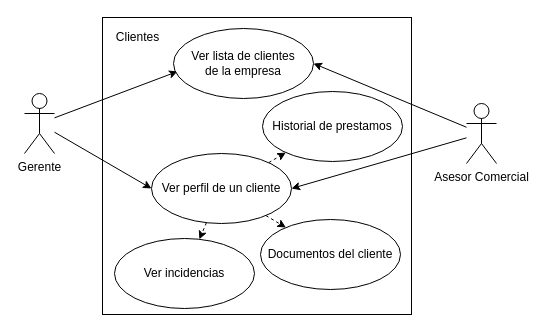
alexrv11/credicuotas keeps this draw.io diagram as docs/use cases/clientes.drawio. Above is the earlier version. Source tidied: cells renumbered, new cells numbered last; positions are measured from the earlier drawing's top-left corner, leaving out a move shared by most shapes. Both pictures are drawn from the tidied source at 100%, with x=0, y=0 at pixel (24, 17).
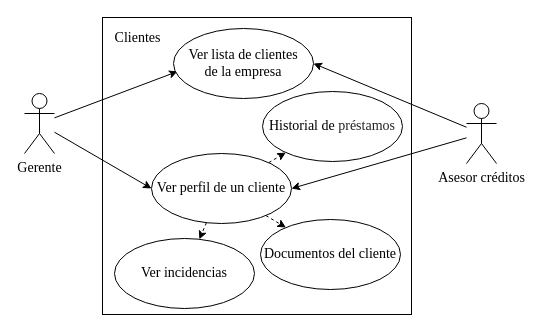
The same diagram, later.

What changed in the source:
```diff
@@
 <mxGraphModel>
   <root>
     <mxCell id="0" />
     <mxCell id="1" parent="0" />
-    <mxCell id="2" style="rounded=0;whiteSpace=wrap;html=1;" parent="1" vertex="1">
+    <mxCell id="2" style="rounded=0;whiteSpace=wrap;html=1;fontFamily=Times New Roman;fontSize=14;" parent="1" vertex="1">
       <mxGeometry x="78" width="309" height="297" as="geometry" />
     </mxCell>
-    <mxCell id="3" style="edgeStyle=none;html=1;dashed=1;" parent="1" edge="1" source="6" target="14">
+    <mxCell id="3" style="edgeStyle=none;html=1;dashed=1;fontFamily=Times New Roman;fontSize=14;" parent="1" edge="1" source="6" target="14">
       <mxGeometry relative="1" as="geometry" />
     </mxCell>
-    <mxCell id="4" style="edgeStyle=none;html=1;dashed=1;" parent="1" edge="1" source="6" target="13">
+    <mxCell id="4" style="edgeStyle=none;html=1;dashed=1;fontFamily=Times New Roman;fontSize=14;" parent="1" edge="1" source="6" target="13">
       <mxGeometry relative="1" as="geometry" />
     </mxCell>
-    <mxCell id="5" style="edgeStyle=none;html=1;dashed=1;" parent="1" edge="1" source="6" target="12">
+    <mxCell id="5" style="edgeStyle=none;html=1;dashed=1;fontFamily=Times New Roman;fontSize=14;" parent="1" edge="1" source="6" target="12">
       <mxGeometry relative="1" as="geometry" />
     </mxCell>
-    <mxCell id="6" value="Ver perfil de un cliente" style="ellipse;whiteSpace=wrap;html=1;" parent="1" vertex="1">
+    <mxCell id="6" value="Ver perfil de un cliente" style="ellipse;whiteSpace=wrap;html=1;fontFamily=Times New Roman;fontSize=14;" parent="1" vertex="1">
       <mxGeometry x="127" y="136" width="140" height="70" as="geometry" />
     </mxCell>
-    <mxCell id="7" style="edgeStyle=none;html=1;entryX=0;entryY=0.5;entryDx=0;entryDy=0;" parent="1" edge="1" source="9" target="6">
+    <mxCell id="7" style="edgeStyle=none;html=1;entryX=0;entryY=0.5;entryDx=0;entryDy=0;fontFamily=Times New Roman;fontSize=14;" parent="1" edge="1" source="9" target="6">
       <mxGeometry relative="1" as="geometry" />
     </mxCell>
-    <mxCell id="8" style="edgeStyle=none;html=1;entryX=0.029;entryY=0.614;entryDx=0;entryDy=0;entryPerimeter=0;" parent="1" edge="1" source="9" target="11">
+    <mxCell id="8" style="edgeStyle=none;html=1;entryX=0.029;entryY=0.614;entryDx=0;entryDy=0;entryPerimeter=0;fontFamily=Times New Roman;fontSize=14;" parent="1" edge="1" source="9" target="11">
       <mxGeometry relative="1" as="geometry" />
     </mxCell>
-    <mxCell id="9" value="Gerente" style="shape=umlActor;verticalLabelPosition=bottom;verticalAlign=top;html=1;" parent="1" vertex="1">
+    <mxCell id="9" value="Gerente" style="shape=umlActor;verticalLabelPosition=bottom;verticalAlign=top;html=1;fontFamily=Times New Roman;fontSize=14;" parent="1" vertex="1">
       <mxGeometry y="76" width="30" height="60" as="geometry" />
     </mxCell>
-    <mxCell id="10" value="Clientes" style="text;html=1;align=center;verticalAlign=middle;strokeColor=none;" parent="1" vertex="1">
-      <mxGeometry x="86" y="11" width="53" height="18" as="geometry" />
+    <mxCell id="10" value="Clientes" style="text;html=1;align=center;verticalAlign=middle;strokeColor=none;fontFamily=Times New Roman;fontSize=14;" parent="1" vertex="1">
+      <mxGeometry x="85" y="10" width="56" height="21" as="geometry" />
     </mxCell>
-    <mxCell id="11" value="Ver lista de clientes &lt;br&gt;de la empresa" style="ellipse;whiteSpace=wrap;html=1;" parent="1" vertex="1">
+    <mxCell id="11" value="Ver lista de clientes &lt;br style=&quot;font-size: 14px;&quot;&gt;de la empresa" style="ellipse;whiteSpace=wrap;html=1;fontFamily=Times New Roman;fontSize=14;" parent="1" vertex="1">
       <mxGeometry x="149" y="11" width="140" height="70" as="geometry" />
     </mxCell>
-    <mxCell id="12" value="Historial de prestamos" style="ellipse;whiteSpace=wrap;html=1;" parent="1" vertex="1">
+    <mxCell id="12" value="Historial de&amp;nbsp;&lt;span id=&quot;docs-internal-guid-a3b66510-7fff-748d-baf4-240754dd279b&quot;&gt;&lt;span style=&quot;font-size: 10.5pt ; color: rgb(36 , 36 , 36) ; vertical-align: baseline&quot;&gt;préstamos&lt;/span&gt;&lt;/span&gt;" style="ellipse;whiteSpace=wrap;html=1;fontFamily=Times New Roman;fontSize=14;" parent="1" vertex="1">
       <mxGeometry x="238" y="74" width="140" height="70" as="geometry" />
     </mxCell>
-    <mxCell id="13" value="Documentos del cliente" style="ellipse;whiteSpace=wrap;html=1;" parent="1" vertex="1">
+    <mxCell id="13" value="Documentos del cliente" style="ellipse;whiteSpace=wrap;html=1;fontFamily=Times New Roman;fontSize=14;" parent="1" vertex="1">
       <mxGeometry x="236" y="202" width="140" height="70" as="geometry" />
     </mxCell>
-    <mxCell id="14" value="Ver incidencias" style="ellipse;whiteSpace=wrap;html=1;" parent="1" vertex="1">
+    <mxCell id="14" value="Ver incidencias" style="ellipse;whiteSpace=wrap;html=1;fontFamily=Times New Roman;fontSize=14;" parent="1" vertex="1">
       <mxGeometry x="90" y="221" width="140" height="70" as="geometry" />
     </mxCell>
-    <mxCell id="15" style="edgeStyle=none;html=1;entryX=1;entryY=0.5;entryDx=0;entryDy=0;" parent="1" edge="1" source="17" target="6">
+    <mxCell id="15" style="edgeStyle=none;html=1;entryX=1;entryY=0.5;entryDx=0;entryDy=0;fontFamily=Times New Roman;fontSize=14;" parent="1" edge="1" source="17" target="6">
       <mxGeometry relative="1" as="geometry" />
     </mxCell>
-    <mxCell id="16" style="edgeStyle=none;html=1;entryX=1;entryY=0.5;entryDx=0;entryDy=0;" parent="1" edge="1" source="17" target="11">
+    <mxCell id="16" style="edgeStyle=none;html=1;entryX=1;entryY=0.5;entryDx=0;entryDy=0;fontFamily=Times New Roman;fontSize=14;" parent="1" edge="1" source="17" target="11">
       <mxGeometry relative="1" as="geometry" />
     </mxCell>
-    <mxCell id="17" value="Asesor Comercial" style="shape=umlActor;verticalLabelPosition=bottom;verticalAlign=top;html=1;" parent="1" vertex="1">
+    <mxCell id="17" value="Asesor créditos" style="shape=umlActor;verticalLabelPosition=bottom;verticalAlign=top;html=1;fontFamily=Times New Roman;fontSize=14;" parent="1" vertex="1">
       <mxGeometry x="442" y="86" width="30" height="60" as="geometry" />
     </mxCell>
   </root>
 </mxGraphModel>
```
